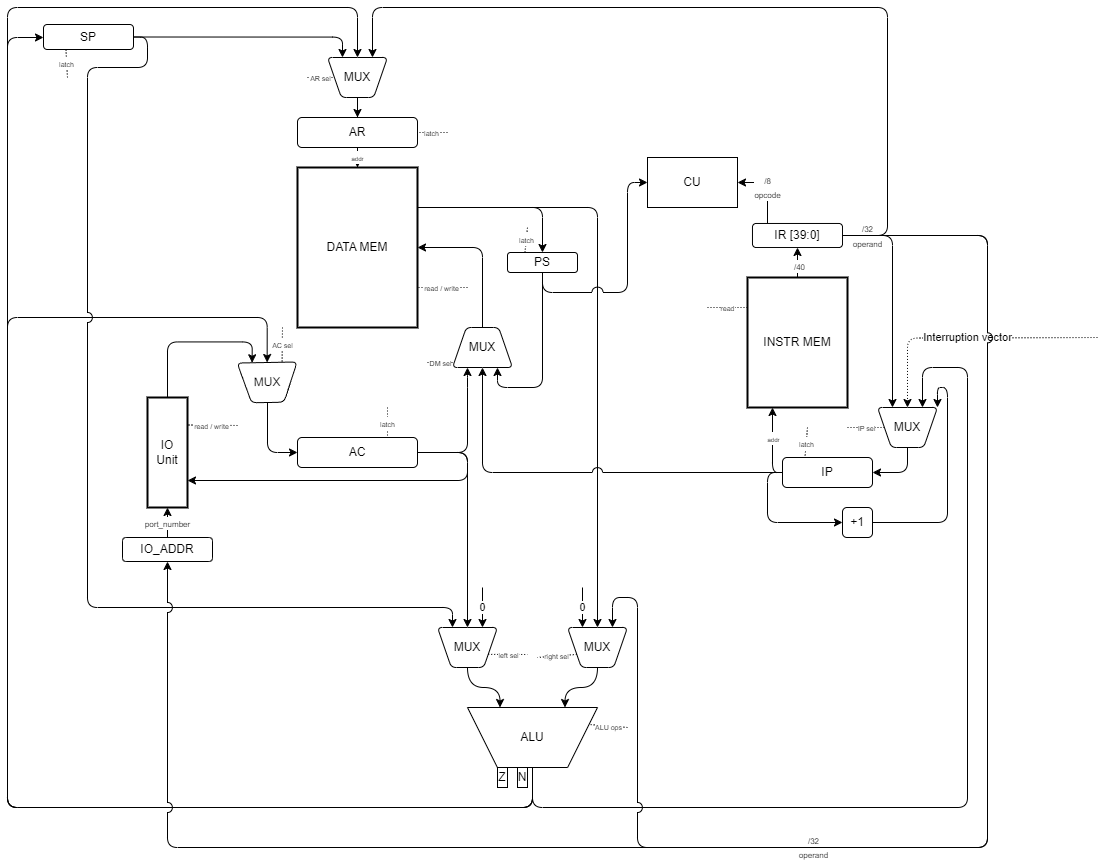
Earlier version of the draw.io export docs/sheme.png (artem961/csa-lab-4). Source tidied: cells renumbered, new cells last; positions are measured from the earlier drawing's top-left corner, leaving out a move shared by most shapes.
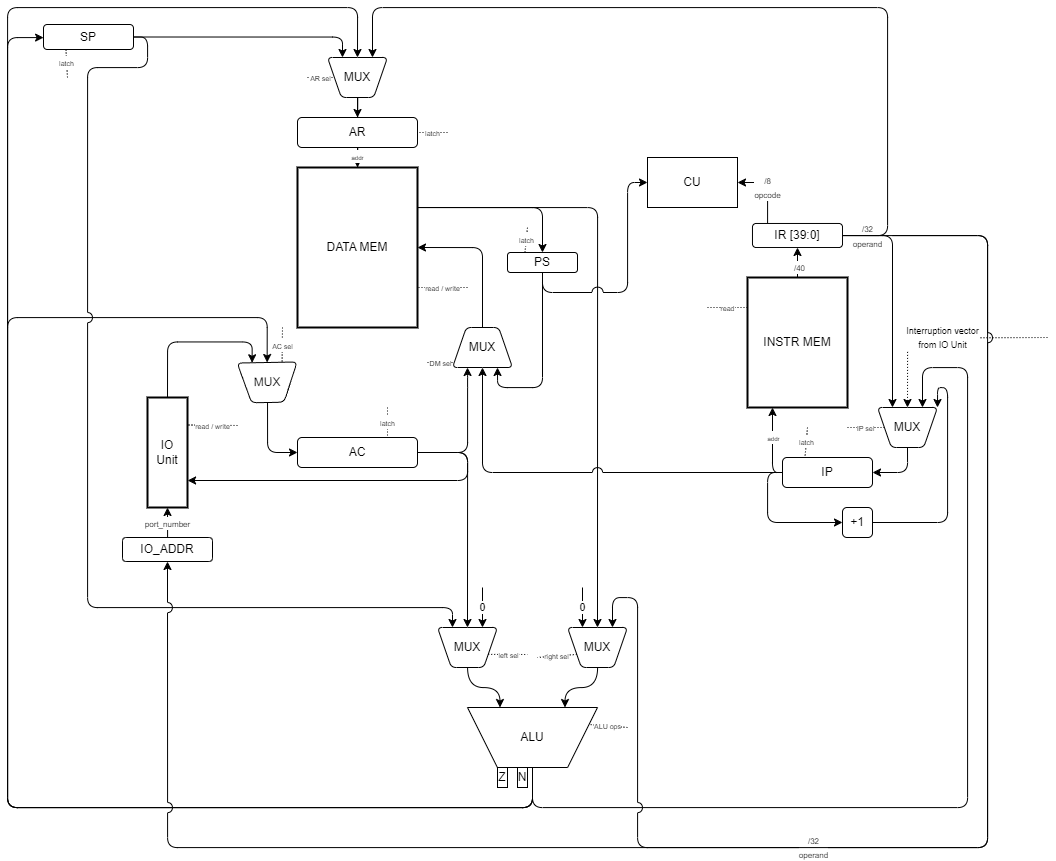
Later version of the same file.

Commit message:
update sheme and report

Diff of the diagram source:
```diff
@@ -354,9 +354,9 @@
         <mxPoint x="520" y="220" as="targetPoint" />
       </mxGeometry>
     </mxCell>
-    <mxCell id="72" value="Interruption vector" style="edgeStyle=orthogonalEdgeStyle;rounded=1;jettySize=auto;html=1;entryX=0.5;entryY=0;entryDx=0;entryDy=0;curved=0;dashed=1;dashPattern=1 2;" parent="1" edge="1" target="28">
+    <mxCell id="72" value="&lt;font style=&quot;font-size: 9px;&quot;&gt;Interruption vector&lt;/font&gt;&lt;div&gt;&lt;font style=&quot;font-size: 9px;&quot;&gt;from IO Unit&lt;/font&gt;&lt;/div&gt;" style="edgeStyle=orthogonalEdgeStyle;rounded=1;jettySize=auto;html=1;entryX=0.5;entryY=0;entryDx=0;entryDy=0;curved=0;dashed=1;dashPattern=1 2;" parent="1" edge="1" target="28">
       <mxGeometry relative="1" as="geometry">
-        <mxPoint x="1090" y="330" as="sourcePoint" />
+        <mxPoint x="1040" y="330" as="sourcePoint" />
       </mxGeometry>
     </mxCell>
     <mxCell id="73" style="edgeStyle=orthogonalEdgeStyle;rounded=1;jettySize=auto;html=1;entryX=1;entryY=0;entryDx=0;entryDy=0;curved=0;" parent="1" edge="1" source="74" target="28">
```
